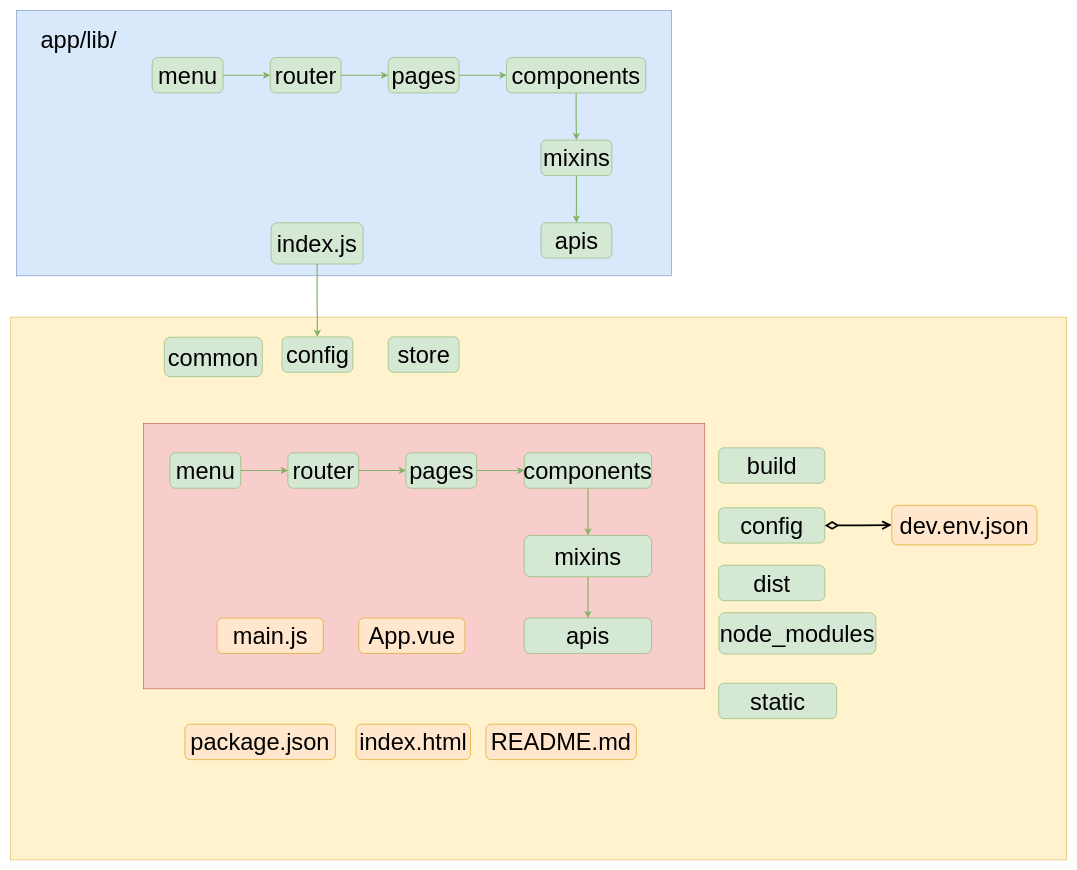
Above: page "vueProject" (2 of 2) of assets/drawio/vue.drawio in atanx/atanx.github.io (draw.io), before the change. Source tidied: cells renumbered, new cells numbered last; positions are measured from the earlier drawing's top-left corner, leaving out a move shared by most shapes. Both pictures are drawn from the tidied source at 59%, with x=0, y=0 at pixel (10, 10).
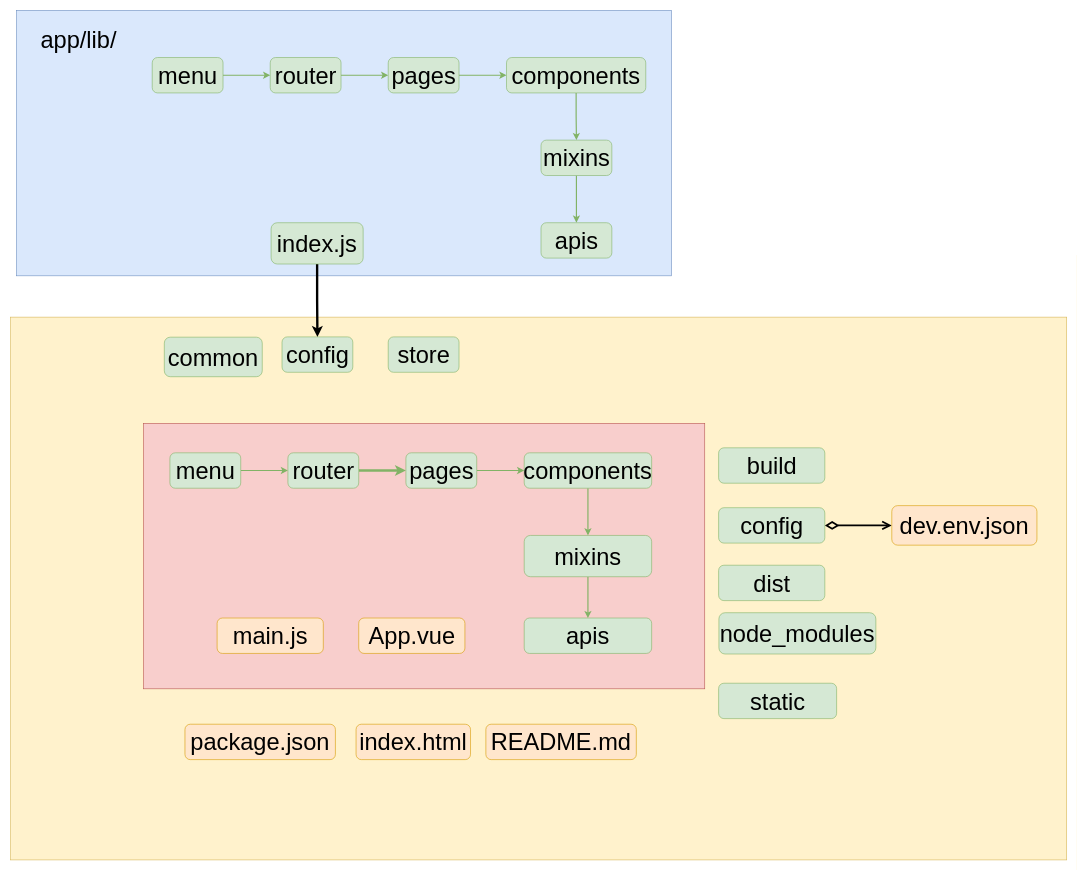
After the change.

Unchanged cells that the change refers to:
```xml
<mxCell id="17" value="&lt;span style=&quot;font-size: 40px;&quot;&gt;index.js&lt;/span&gt;" style="rounded=1;whiteSpace=wrap;html=1;fillColor=#d5e8d4;strokeColor=#82b366;fontSize=40;" parent="1" vertex="1">
  <mxGeometry x="442" y="360" width="156" height="70" as="geometry" />
</mxCell>
<mxCell id="18" value="&lt;span style=&quot;font-size: 40px;&quot;&gt;config&lt;/span&gt;" style="rounded=1;whiteSpace=wrap;html=1;fillColor=#d5e8d4;strokeColor=#82b366;fontSize=40;" parent="1" vertex="1">
  <mxGeometry x="460.5" y="553.5" width="120" height="60" as="geometry" />
</mxCell>
<mxCell id="24" value="&lt;span style=&quot;font-size: 40px;&quot;&gt;router&lt;/span&gt;" style="rounded=1;whiteSpace=wrap;html=1;fillColor=#d5e8d4;strokeColor=#82b366;fontSize=40;" parent="1" vertex="1">
  <mxGeometry x="470.5" y="750" width="120" height="60" as="geometry" />
</mxCell>
<mxCell id="26" value="&lt;span style=&quot;font-size: 40px;&quot;&gt;pages&lt;/span&gt;" style="rounded=1;whiteSpace=wrap;html=1;fillColor=#d5e8d4;strokeColor=#82b366;fontSize=40;" parent="1" vertex="1">
  <mxGeometry x="670.5" y="750" width="120" height="60" as="geometry" />
</mxCell>
```

Diff of the diagram source:
```diff
@@
-    <mxCell id="16" style="edgeStyle=orthogonalEdgeStyle;rounded=0;jettySize=auto;html=1;fillColor=#d5e8d4;strokeColor=#82b366;fontSize=40;strokeWidth=2;" parent="1" edge="1" source="17" target="18">
+    <mxCell id="16" style="edgeStyle=orthogonalEdgeStyle;rounded=0;jettySize=auto;html=1;fillColor=#d5e8d4;strokeColor=#000000;fontSize=40;strokeWidth=4;" parent="1" edge="1" source="17" target="18">
       <mxGeometry relative="1" as="geometry" />
     </mxCell>
@@
-    <mxCell id="23" style="edgeStyle=orthogonalEdgeStyle;rounded=0;jettySize=auto;html=1;fillColor=#d5e8d4;strokeColor=#82b366;fontSize=40;strokeWidth=2;" parent="1" edge="1" source="24" target="26">
+    <mxCell id="23" style="edgeStyle=orthogonalEdgeStyle;rounded=0;jettySize=auto;html=1;fillColor=#d5e8d4;strokeColor=#82b366;fontSize=40;strokeWidth=4;" parent="1" edge="1" source="24" target="26">
       <mxGeometry relative="1" as="geometry" />
     </mxCell>
@@
     <mxCell id="43" value="&lt;span style=&quot;font-size: 40px;&quot;&gt;dev.env.json&lt;/span&gt;" style="rounded=1;whiteSpace=wrap;html=1;fillColor=#ffe6cc;strokeColor=#d79b00;fontSize=40;" parent="1" vertex="1">
-      <mxGeometry x="1494" y="839" width="246" height="67" as="geometry" />
+      <mxGeometry x="1494" y="839.5" width="246" height="67" as="geometry" />
     </mxCell>
```
